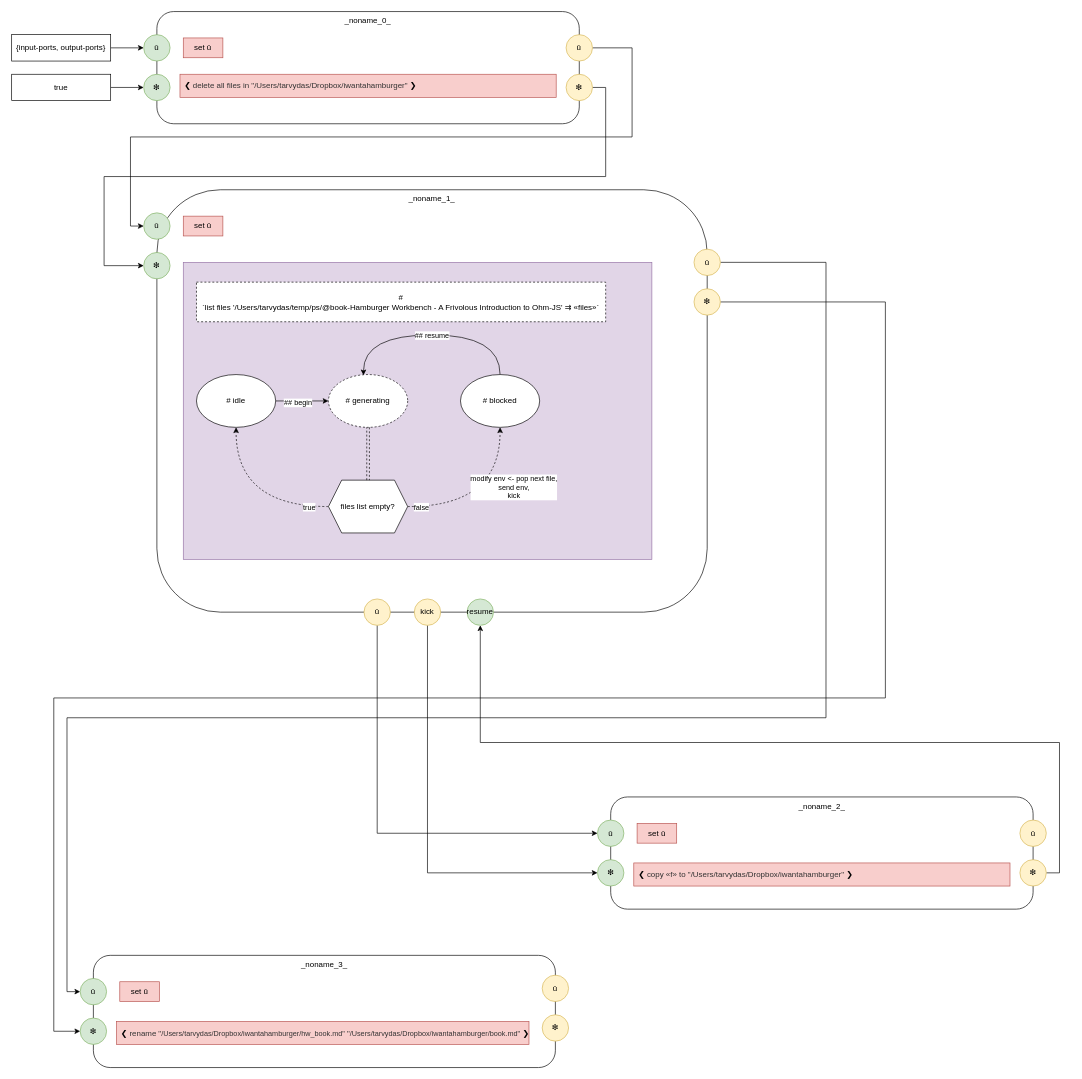
This is page "3. foreach rewritten as a state machine" (3 of 7) of app.drawio from guitarvydas/hamburgerworkbenchT0D, a draw.io file, before an edit. Source tidied: cells renumbered, new cells numbered last; positions are measured from the earlier drawing's top-left corner, leaving out a move shared by most shapes. Both pictures are drawn from the tidied source at 66%, with x=0, y=0 at pixel (11, 11).
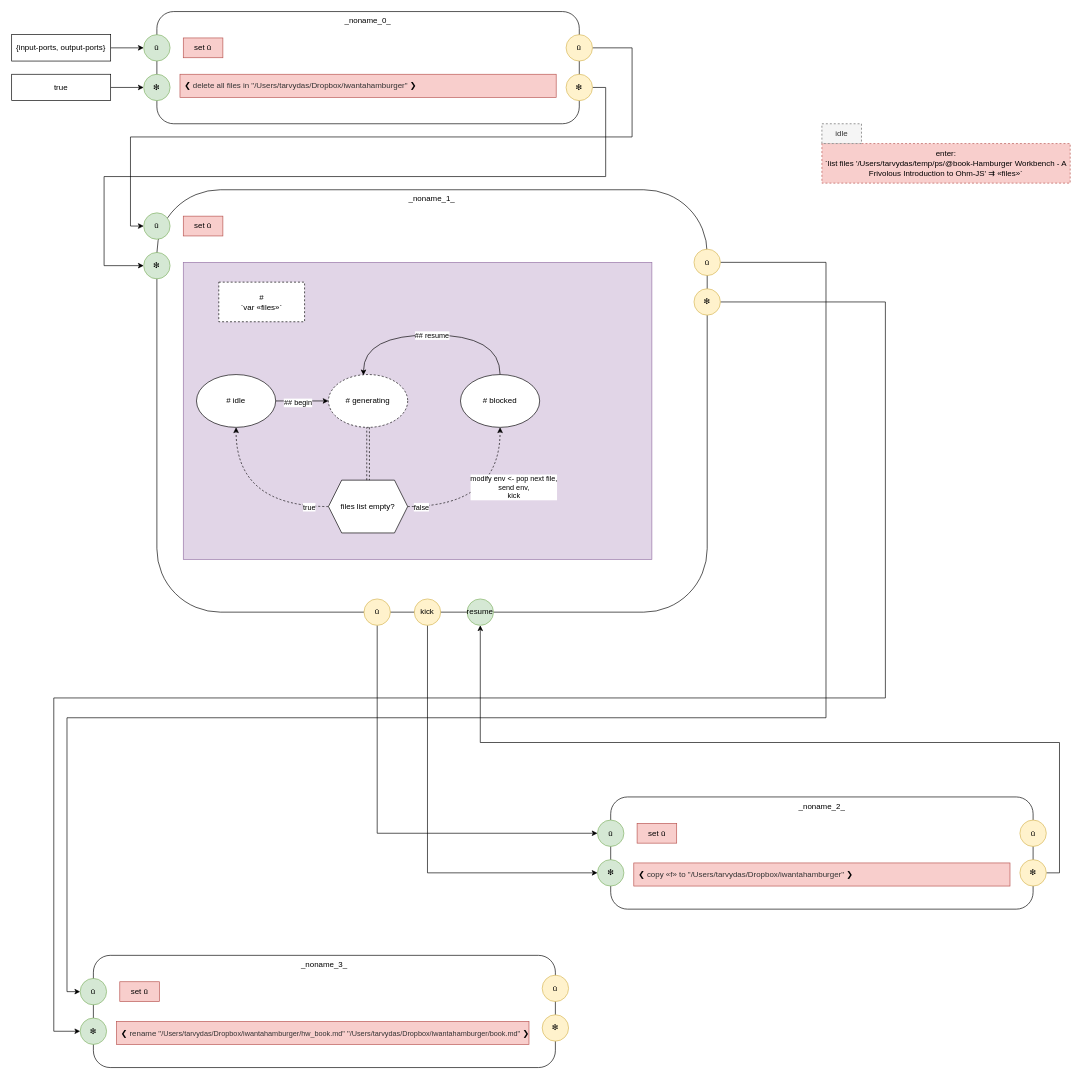
Above is the later version.

The change refers to these unchanged cells:
```xml
<mxCell id="43" style="group;" parent="1" vertex="1">
  <mxGeometry x="260.2" y="380" width="710" height="450" as="geometry" />
</mxCell>
```

The edit, as a diff of the source:
```diff
@@
-    <mxCell id="59" value="#&lt;br&gt;&lt;div&gt;`list files '/Users/tarvydas/temp/ps/@book-Hamburger Workbench - A Frivolous Introduction to Ohm-JS' ⇉ «files»`&lt;/div&gt;&lt;div&gt;&lt;/div&gt;" style="rounded=0;whiteSpace=wrap;html=1;dashed=1;align=center;" parent="43" vertex="1">
-      <mxGeometry x="20" y="30" width="620" height="60" as="geometry" />
+    <mxCell id="59" value="#&lt;br&gt;&lt;div&gt;`var «files»`&lt;/div&gt;&lt;div&gt;&lt;/div&gt;" style="rounded=0;whiteSpace=wrap;html=1;dashed=1;align=center;" parent="43" vertex="1">
+      <mxGeometry x="53.8" y="30" width="130" height="60" as="geometry" />
     </mxCell>
+    <mxCell id="60" value="enter:&lt;br&gt;&lt;div&gt;`list files '/Users/tarvydas/temp/ps/@book-Hamburger Workbench - A Frivolous Introduction to Ohm-JS' ⇉ «files»`&lt;/div&gt;&lt;div&gt;&lt;/div&gt;" style="rounded=0;whiteSpace=wrap;html=1;dashed=1;align=center;fillColor=#f8cecc;strokeColor=#b85450;" parent="1" vertex="1">
+      <mxGeometry x="1227.8" y="200" width="376.2" height="60" as="geometry" />
+    </mxCell>
+    <mxCell id="61" value="idle&lt;br&gt;&lt;div&gt;&lt;/div&gt;" style="rounded=0;whiteSpace=wrap;html=1;dashed=1;align=center;fillColor=#f5f5f5;strokeColor=#666666;fontColor=#333333;" parent="1" vertex="1">
+      <mxGeometry x="1227.8" y="170" width="60" height="30" as="geometry" />
+    </mxCell>
```
